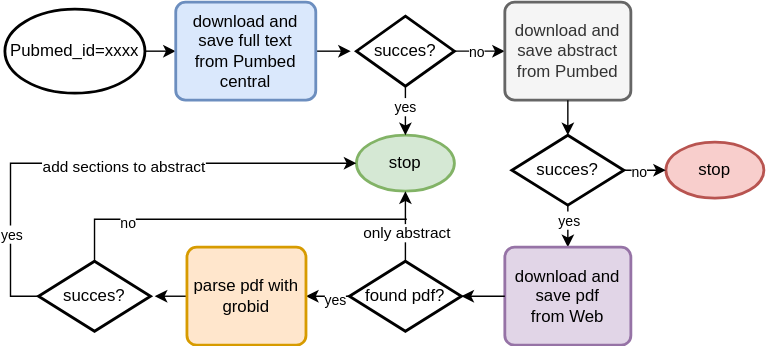
Above: images/pdf_extractor.drawio.svg in journeadrien/scholar2sql (draw.io), before the change. Source tidied: cells renumbered, new cells last; positions are measured from the earlier drawing's top-left corner, leaving out a move shared by most shapes. The source it was exported from:
```xml
<mxGraphModel>
  <root>
    <mxCell id="0" />
    <mxCell id="1" parent="0" />
    <mxCell id="2" style="edgeStyle=orthogonalEdgeStyle;rounded=0;jettySize=auto;html=1;exitX=1;exitY=0.5;exitDx=0;exitDy=0;exitPerimeter=0;entryX=0;entryY=0.5;entryDx=0;entryDy=0;" parent="1" edge="1" source="3" target="5">
      <mxGeometry relative="1" as="geometry" />
    </mxCell>
    <mxCell id="3" value="Pubmed_id=xxxx" style="strokeWidth=2;html=1;shape=mxgraph.flowchart.start_1;whiteSpace=wrap;" parent="1" vertex="1">
      <mxGeometry y="5" width="100" height="60" as="geometry" />
    </mxCell>
    <mxCell id="4" style="edgeStyle=orthogonalEdgeStyle;rounded=0;jettySize=auto;html=1;exitX=1;exitY=0.5;exitDx=0;exitDy=0;" parent="1" edge="1" source="5">
      <mxGeometry relative="1" as="geometry">
        <mxPoint x="247" y="35" as="targetPoint" />
      </mxGeometry>
    </mxCell>
    <mxCell id="5" value="download and save full text&lt;div&gt;from Pumbed central&lt;/div&gt;" style="rounded=1;whiteSpace=wrap;html=1;absoluteArcSize=1;arcSize=14;strokeWidth=2;fillColor=#dae8fc;strokeColor=#6c8ebf;" parent="1" vertex="1">
      <mxGeometry x="122" width="100" height="70" as="geometry" />
    </mxCell>
    <mxCell id="6" style="edgeStyle=orthogonalEdgeStyle;rounded=0;jettySize=auto;html=1;exitX=1;exitY=0.5;exitDx=0;exitDy=0;exitPerimeter=0;entryX=0;entryY=0.5;entryDx=0;entryDy=0;" parent="1" edge="1" source="8" target="10">
      <mxGeometry relative="1" as="geometry" />
    </mxCell>
    <mxCell id="7" value="&lt;font style=&quot;font-size: 10px;&quot;&gt;no&lt;/font&gt;" style="edgeLabel;html=1;align=center;verticalAlign=middle;" parent="6" vertex="1">
      <mxGeometry x="-0.18" relative="1" as="geometry" />
    </mxCell>
    <mxCell id="8" value="succes?" style="strokeWidth=2;html=1;shape=mxgraph.flowchart.decision;whiteSpace=wrap;" parent="1" vertex="1">
      <mxGeometry x="251" y="10" width="70" height="50" as="geometry" />
    </mxCell>
    <mxCell id="9" value="stop" style="strokeWidth=2;html=1;shape=mxgraph.flowchart.start_1;whiteSpace=wrap;fillColor=#d5e8d4;strokeColor=#82b366;" parent="1" vertex="1">
      <mxGeometry x="251" y="95" width="70" height="40" as="geometry" />
    </mxCell>
    <mxCell id="10" value="download and save abstract&lt;div&gt;from Pumbed&lt;/div&gt;" style="rounded=1;whiteSpace=wrap;html=1;absoluteArcSize=1;arcSize=14;strokeWidth=2;fillColor=#f5f5f5;strokeColor=#666666;fontColor=#333333;" parent="1" vertex="1">
      <mxGeometry x="357" width="90" height="70" as="geometry" />
    </mxCell>
    <mxCell id="11" style="edgeStyle=orthogonalEdgeStyle;rounded=0;jettySize=auto;html=1;exitX=0.5;exitY=1;exitDx=0;exitDy=0;exitPerimeter=0;" parent="1" edge="1" source="13" target="18">
      <mxGeometry relative="1" as="geometry" />
    </mxCell>
    <mxCell id="12" value="&lt;font style=&quot;font-size: 10px;&quot;&gt;yes&lt;/font&gt;" style="edgeLabel;html=1;align=center;verticalAlign=middle;" parent="11" vertex="1">
      <mxGeometry x="-0.05" y="1" relative="1" as="geometry">
        <mxPoint x="1" y="-6" as="offset" />
      </mxGeometry>
    </mxCell>
    <mxCell id="13" value="succes?" style="strokeWidth=2;html=1;shape=mxgraph.flowchart.decision;whiteSpace=wrap;" parent="1" vertex="1">
      <mxGeometry x="362" y="95" width="80" height="50" as="geometry" />
    </mxCell>
    <mxCell id="14" value="&lt;font style=&quot;font-size: 10px;&quot;&gt;yes&lt;/font&gt;" style="edgeStyle=orthogonalEdgeStyle;rounded=0;jettySize=auto;html=1;exitX=0.5;exitY=1;exitDx=0;exitDy=0;exitPerimeter=0;entryX=0.5;entryY=0;entryDx=0;entryDy=0;entryPerimeter=0;" parent="1" edge="1" source="8" target="9">
      <mxGeometry x="-0.14" relative="1" as="geometry" />
    </mxCell>
    <mxCell id="15" value="stop" style="strokeWidth=2;html=1;shape=mxgraph.flowchart.start_1;whiteSpace=wrap;fillColor=#f8cecc;strokeColor=#b85450;" parent="1" vertex="1">
      <mxGeometry x="472" y="100" width="70" height="40" as="geometry" />
    </mxCell>
    <mxCell id="16" style="edgeStyle=orthogonalEdgeStyle;rounded=0;jettySize=auto;html=1;exitX=1;exitY=0.5;exitDx=0;exitDy=0;exitPerimeter=0;entryX=0;entryY=0.5;entryDx=0;entryDy=0;entryPerimeter=0;" parent="1" edge="1" source="13" target="15">
      <mxGeometry relative="1" as="geometry" />
    </mxCell>
    <mxCell id="17" value="&lt;font style=&quot;font-size: 10px;&quot;&gt;no&lt;/font&gt;" style="edgeLabel;html=1;align=center;verticalAlign=middle;" parent="16" vertex="1">
      <mxGeometry x="-0.4" y="-4" relative="1" as="geometry">
        <mxPoint x="1" y="-4" as="offset" />
      </mxGeometry>
    </mxCell>
    <mxCell id="18" value="download and save pdf&lt;div&gt;from Web&lt;/div&gt;" style="rounded=1;whiteSpace=wrap;html=1;absoluteArcSize=1;arcSize=14;strokeWidth=2;fillColor=#e1d5e7;strokeColor=#9673a6;" parent="1" vertex="1">
      <mxGeometry x="357" y="175" width="90" height="70" as="geometry" />
    </mxCell>
    <mxCell id="19" style="edgeStyle=orthogonalEdgeStyle;rounded=0;jettySize=auto;html=1;exitX=0.5;exitY=1;exitDx=0;exitDy=0;entryX=0.5;entryY=0;entryDx=0;entryDy=0;entryPerimeter=0;" parent="1" edge="1" source="10" target="13">
      <mxGeometry relative="1" as="geometry" />
    </mxCell>
    <mxCell id="20" style="edgeStyle=orthogonalEdgeStyle;rounded=0;jettySize=auto;html=1;exitX=0;exitY=0.5;exitDx=0;exitDy=0;exitPerimeter=0;entryX=1;entryY=0.5;entryDx=0;entryDy=0;" parent="1" edge="1" source="22" target="25">
      <mxGeometry relative="1" as="geometry" />
    </mxCell>
    <mxCell id="21" value="&lt;font style=&quot;font-size: 10px;&quot;&gt;yes&lt;/font&gt;" style="edgeLabel;html=1;align=center;verticalAlign=middle;" parent="20" vertex="1">
      <mxGeometry x="-0.28" y="2" relative="1" as="geometry" />
    </mxCell>
    <mxCell id="22" value="found pdf?" style="strokeWidth=2;html=1;shape=mxgraph.flowchart.decision;whiteSpace=wrap;" parent="1" vertex="1">
      <mxGeometry x="246" y="185" width="80" height="50" as="geometry" />
    </mxCell>
    <mxCell id="23" style="edgeStyle=orthogonalEdgeStyle;rounded=0;jettySize=auto;html=1;exitX=0;exitY=0.5;exitDx=0;exitDy=0;entryX=1;entryY=0.5;entryDx=0;entryDy=0;entryPerimeter=0;" parent="1" edge="1" source="18" target="22">
      <mxGeometry relative="1" as="geometry" />
    </mxCell>
    <mxCell id="24" style="edgeStyle=orthogonalEdgeStyle;rounded=0;jettySize=auto;html=1;exitX=0;exitY=0.5;exitDx=0;exitDy=0;" parent="1" edge="1" source="25">
      <mxGeometry relative="1" as="geometry">
        <mxPoint x="107" y="209.7" as="targetPoint" />
      </mxGeometry>
    </mxCell>
    <mxCell id="25" value="parse pdf with grobid" style="rounded=1;whiteSpace=wrap;html=1;absoluteArcSize=1;arcSize=14;strokeWidth=2;fillColor=#ffe6cc;strokeColor=#d79b00;" parent="1" vertex="1">
      <mxGeometry x="130" y="175" width="85" height="70" as="geometry" />
    </mxCell>
    <mxCell id="26" style="edgeStyle=orthogonalEdgeStyle;rounded=0;jettySize=auto;html=1;exitX=0.5;exitY=0;exitDx=0;exitDy=0;exitPerimeter=0;endArrow=none;endFill=0;" parent="1" edge="1" source="28">
      <mxGeometry relative="1" as="geometry">
        <mxPoint x="287" y="155" as="targetPoint" />
        <Array as="points">
          <mxPoint x="64" y="155" />
        </Array>
      </mxGeometry>
    </mxCell>
    <mxCell id="27" value="&lt;font style=&quot;font-size: 10px;&quot;&gt;no&lt;/font&gt;" style="edgeLabel;html=1;align=center;verticalAlign=middle;" parent="26" vertex="1">
      <mxGeometry x="-0.71" y="-2" relative="1" as="geometry">
        <mxPoint x="16" as="offset" />
      </mxGeometry>
    </mxCell>
    <mxCell id="28" value="succes?" style="strokeWidth=2;html=1;shape=mxgraph.flowchart.decision;whiteSpace=wrap;" parent="1" vertex="1">
      <mxGeometry x="24" y="185" width="80" height="50" as="geometry" />
    </mxCell>
    <mxCell id="29" value="only abstract" style="edgeStyle=orthogonalEdgeStyle;rounded=0;orthogonalLoop=1;jettySize=auto;html=1;exitX=0.5;exitY=0;exitDx=0;exitDy=0;exitPerimeter=0;entryX=0.5;entryY=1;entryDx=0;entryDy=0;entryPerimeter=0;" parent="1" edge="1">
      <mxGeometry x="-0.2" y="-1" relative="1" as="geometry">
        <mxPoint x="286" y="185" as="sourcePoint" />
        <mxPoint x="286" y="135" as="targetPoint" />
      </mxGeometry>
    </mxCell>
    <mxCell id="30" style="edgeStyle=orthogonalEdgeStyle;rounded=0;jettySize=auto;html=1;exitX=0;exitY=0.5;exitDx=0;exitDy=0;exitPerimeter=0;entryX=0;entryY=0.5;entryDx=0;entryDy=0;entryPerimeter=0;" parent="1" edge="1" source="28" target="9">
      <mxGeometry relative="1" as="geometry" />
    </mxCell>
    <mxCell id="31" value="add sections to abstract" style="edgeLabel;html=1;align=center;verticalAlign=middle;" parent="30" vertex="1">
      <mxGeometry x="0.08" y="-2" relative="1" as="geometry" />
    </mxCell>
    <mxCell id="32" value="&lt;font style=&quot;font-size: 10px;&quot;&gt;yes&lt;/font&gt;" style="edgeLabel;html=1;align=center;verticalAlign=middle;" parent="30" vertex="1">
      <mxGeometry x="-0.64" relative="1" as="geometry" />
    </mxCell>
  </root>
</mxGraphModel>
```
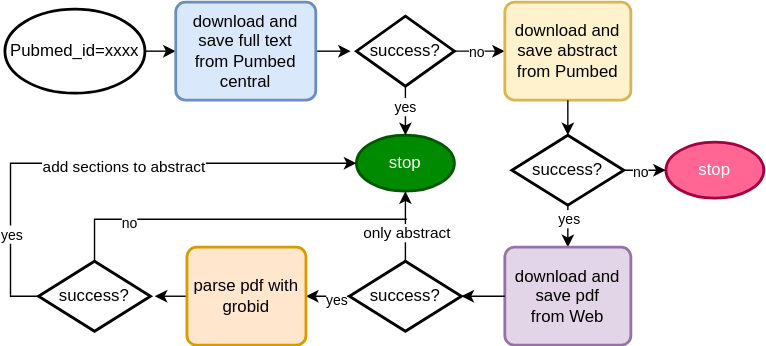
Above is the later version.

Change to the diagram source:
```diff
@@ -22,13 +22,13 @@
     <mxCell id="7" value="&lt;font style=&quot;font-size: 10px;&quot;&gt;no&lt;/font&gt;" style="edgeLabel;html=1;align=center;verticalAlign=middle;" parent="6" vertex="1">
       <mxGeometry x="-0.18" relative="1" as="geometry" />
     </mxCell>
-    <mxCell id="8" value="succes?" style="strokeWidth=2;html=1;shape=mxgraph.flowchart.decision;whiteSpace=wrap;" parent="1" vertex="1">
+    <mxCell id="8" value="success?" style="strokeWidth=2;html=1;shape=mxgraph.flowchart.decision;whiteSpace=wrap;" parent="1" vertex="1">
       <mxGeometry x="251" y="10" width="70" height="50" as="geometry" />
     </mxCell>
-    <mxCell id="9" value="stop" style="strokeWidth=2;html=1;shape=mxgraph.flowchart.start_1;whiteSpace=wrap;fillColor=#d5e8d4;strokeColor=#82b366;" parent="1" vertex="1">
+    <mxCell id="9" value="stop" style="strokeWidth=2;html=1;shape=mxgraph.flowchart.start_1;whiteSpace=wrap;fillColor=#008a00;strokeColor=#005700;fontColor=#ffffff;" parent="1" vertex="1">
       <mxGeometry x="251" y="95" width="70" height="40" as="geometry" />
     </mxCell>
-    <mxCell id="10" value="download and save abstract&lt;div&gt;from Pumbed&lt;/div&gt;" style="rounded=1;whiteSpace=wrap;html=1;absoluteArcSize=1;arcSize=14;strokeWidth=2;fillColor=#f5f5f5;strokeColor=#666666;fontColor=#333333;" parent="1" vertex="1">
+    <mxCell id="10" value="download and save abstract&lt;div&gt;from Pumbed&lt;/div&gt;" style="rounded=1;whiteSpace=wrap;html=1;absoluteArcSize=1;arcSize=14;strokeWidth=2;fillColor=#fff2cc;strokeColor=#d6b656;" parent="1" vertex="1">
       <mxGeometry x="357" width="90" height="70" as="geometry" />
     </mxCell>
     <mxCell id="11" style="edgeStyle=orthogonalEdgeStyle;rounded=0;jettySize=auto;html=1;exitX=0.5;exitY=1;exitDx=0;exitDy=0;exitPerimeter=0;" parent="1" edge="1" source="13" target="18">
@@ -39,13 +39,13 @@
         <mxPoint x="1" y="-6" as="offset" />
       </mxGeometry>
     </mxCell>
-    <mxCell id="13" value="succes?" style="strokeWidth=2;html=1;shape=mxgraph.flowchart.decision;whiteSpace=wrap;" parent="1" vertex="1">
+    <mxCell id="13" value="success?" style="strokeWidth=2;html=1;shape=mxgraph.flowchart.decision;whiteSpace=wrap;" parent="1" vertex="1">
       <mxGeometry x="362" y="95" width="80" height="50" as="geometry" />
     </mxCell>
     <mxCell id="14" value="&lt;font style=&quot;font-size: 10px;&quot;&gt;yes&lt;/font&gt;" style="edgeStyle=orthogonalEdgeStyle;rounded=0;jettySize=auto;html=1;exitX=0.5;exitY=1;exitDx=0;exitDy=0;exitPerimeter=0;entryX=0.5;entryY=0;entryDx=0;entryDy=0;entryPerimeter=0;" parent="1" edge="1" source="8" target="9">
       <mxGeometry x="-0.14" relative="1" as="geometry" />
     </mxCell>
-    <mxCell id="15" value="stop" style="strokeWidth=2;html=1;shape=mxgraph.flowchart.start_1;whiteSpace=wrap;fillColor=#f8cecc;strokeColor=#b85450;" parent="1" vertex="1">
+    <mxCell id="15" value="stop" style="strokeWidth=2;html=1;shape=mxgraph.flowchart.start_1;whiteSpace=wrap;fillColor=#FF6694;strokeColor=#A50040;fontColor=#ffffff;" parent="1" vertex="1">
       <mxGeometry x="472" y="100" width="70" height="40" as="geometry" />
     </mxCell>
     <mxCell id="16" style="edgeStyle=orthogonalEdgeStyle;rounded=0;jettySize=auto;html=1;exitX=1;exitY=0.5;exitDx=0;exitDy=0;exitPerimeter=0;entryX=0;entryY=0.5;entryDx=0;entryDy=0;entryPerimeter=0;" parent="1" edge="1" source="13" target="15">
@@ -68,7 +68,7 @@
     <mxCell id="21" value="&lt;font style=&quot;font-size: 10px;&quot;&gt;yes&lt;/font&gt;" style="edgeLabel;html=1;align=center;verticalAlign=middle;" parent="20" vertex="1">
       <mxGeometry x="-0.28" y="2" relative="1" as="geometry" />
     </mxCell>
-    <mxCell id="22" value="found pdf?" style="strokeWidth=2;html=1;shape=mxgraph.flowchart.decision;whiteSpace=wrap;" parent="1" vertex="1">
+    <mxCell id="22" value="success?" style="strokeWidth=2;html=1;shape=mxgraph.flowchart.decision;whiteSpace=wrap;" parent="1" vertex="1">
       <mxGeometry x="246" y="185" width="80" height="50" as="geometry" />
     </mxCell>
     <mxCell id="23" style="edgeStyle=orthogonalEdgeStyle;rounded=0;jettySize=auto;html=1;exitX=0;exitY=0.5;exitDx=0;exitDy=0;entryX=1;entryY=0.5;entryDx=0;entryDy=0;entryPerimeter=0;" parent="1" edge="1" source="18" target="22">
@@ -95,7 +95,7 @@
         <mxPoint x="16" as="offset" />
       </mxGeometry>
     </mxCell>
-    <mxCell id="28" value="succes?" style="strokeWidth=2;html=1;shape=mxgraph.flowchart.decision;whiteSpace=wrap;" parent="1" vertex="1">
+    <mxCell id="28" value="success?" style="strokeWidth=2;html=1;shape=mxgraph.flowchart.decision;whiteSpace=wrap;" parent="1" vertex="1">
       <mxGeometry x="24" y="185" width="80" height="50" as="geometry" />
     </mxCell>
     <mxCell id="29" value="only abstract" style="edgeStyle=orthogonalEdgeStyle;rounded=0;orthogonalLoop=1;jettySize=auto;html=1;exitX=0.5;exitY=0;exitDx=0;exitDy=0;exitPerimeter=0;entryX=0.5;entryY=1;entryDx=0;entryDy=0;entryPerimeter=0;" parent="1" edge="1">
```
